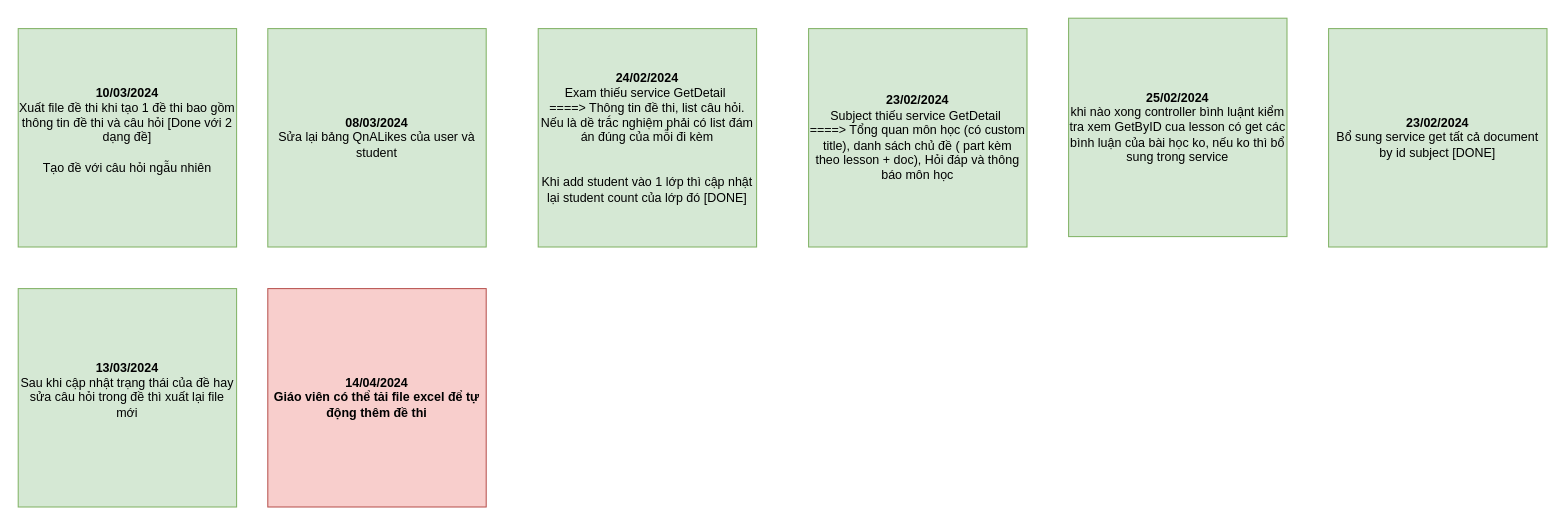
LamSamChan/LMS_ELibrary_BE_Intern_Alta keeps this draw.io diagram as page "Note" (3 of 3) of Internship_BACKEND_2024_02_02.01.2024_LamSamChan_LMS - Elibrary_Diagram.drawio. Above is the earlier version. Source tidied: cells renumbered, new cells numbered last; positions are measured from the earlier drawing's top-left corner, leaving out a move shared by most shapes. Both pictures are drawn from the tidied source at 104%, with x=0, y=0 at pixel (18, 18).
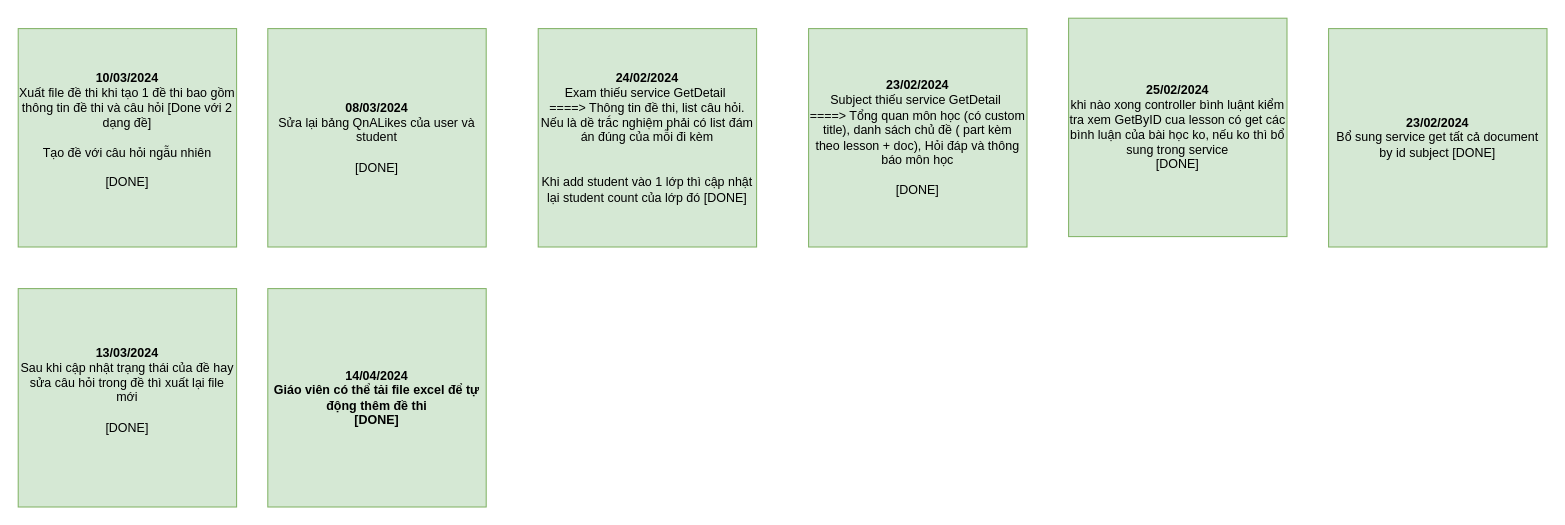
After the change.

The edit, as a diff of the source:
```diff
@@
 <mxGraphModel>
   <root>
     <mxCell id="0" />
     <mxCell id="1" parent="0" />
     <mxCell id="2" value="&lt;b&gt;23/02/2024&lt;br&gt;&lt;/b&gt;Bổ sung service get tất cả document by id subject [DONE]" style="whiteSpace=wrap;html=1;fillColor=#d5e8d4;strokeColor=#82b366;" parent="1" vertex="1">
       <mxGeometry x="1260" y="10" width="210" height="210" as="geometry" />
     </mxCell>
-    <mxCell id="3" value="&lt;b&gt;23/02/2024&lt;br&gt;&lt;/b&gt;Subject thiếu service GetDetail&amp;nbsp;&lt;br&gt;====&amp;gt; Tổng quan môn học (có custom title), danh sách chủ đề ( part kèm theo lesson + doc), Hỏi đáp và thông báo môn học" style="whiteSpace=wrap;html=1;fillColor=#d5e8d4;strokeColor=#82b366;" parent="1" vertex="1">
+    <mxCell id="3" value="&lt;b&gt;23/02/2024&lt;br&gt;&lt;/b&gt;Subject thiếu service GetDetail&amp;nbsp;&lt;br&gt;====&amp;gt; Tổng quan môn học (có custom title), danh sách chủ đề ( part kèm theo lesson + doc), Hỏi đáp và thông báo môn học&lt;br&gt;&lt;br&gt;[DONE]" style="whiteSpace=wrap;html=1;fillColor=#d5e8d4;strokeColor=#82b366;" parent="1" vertex="1">
       <mxGeometry x="760" y="10" width="210" height="210" as="geometry" />
     </mxCell>
     <mxCell id="4" value="&lt;b&gt;24/02/2024&lt;br&gt;&lt;/b&gt;Exam thiếu service GetDetail&amp;nbsp;&lt;br&gt;====&amp;gt; Thông tin đề thi, list câu hỏi. Nếu là dề trắc nghiệm phải có list đám án đúng của mỗi đi kèm&lt;br&gt;&lt;br&gt;&lt;br&gt;Khi add student vào 1 lớp thì cập nhật lại student count của lớp đó [DONE]" style="whiteSpace=wrap;html=1;fillColor=#d5e8d4;strokeColor=#82b366;" parent="1" vertex="1">
       <mxGeometry x="500" y="10" width="210" height="210" as="geometry" />
     </mxCell>
-    <mxCell id="5" value="&lt;b&gt;25/02/2024&lt;br&gt;&lt;/b&gt;khi nào xong controller bình luậnt kiểm tra xem GetByID cua lesson có get các bình luận của bài học ko, nếu ko thì bổ sung trong service" style="whiteSpace=wrap;html=1;fillColor=#d5e8d4;strokeColor=#82b366;" parent="1" vertex="1">
+    <mxCell id="5" value="&lt;b&gt;25/02/2024&lt;br&gt;&lt;/b&gt;khi nào xong controller bình luậnt kiểm tra xem GetByID cua lesson có get các bình luận của bài học ko, nếu ko thì bổ sung trong service&lt;br&gt;[DONE]" style="whiteSpace=wrap;html=1;fillColor=#d5e8d4;strokeColor=#82b366;" parent="1" vertex="1">
       <mxGeometry x="1010" width="210" height="210" as="geometry" />
     </mxCell>
-    <mxCell id="6" value="&lt;b&gt;08/03/2024&lt;br&gt;&lt;/b&gt;Sửa lại bảng&amp;nbsp;QnALikes của user và student" style="whiteSpace=wrap;html=1;fillColor=#d5e8d4;strokeColor=#82b366;" parent="1" vertex="1">
+    <mxCell id="6" value="&lt;b&gt;08/03/2024&lt;br&gt;&lt;/b&gt;Sửa lại bảng&amp;nbsp;QnALikes của user và student&lt;br&gt;&lt;br&gt;[DONE]" style="whiteSpace=wrap;html=1;fillColor=#d5e8d4;strokeColor=#82b366;" parent="1" vertex="1">
       <mxGeometry x="240" y="10" width="210" height="210" as="geometry" />
     </mxCell>
-    <mxCell id="7" value="&lt;b&gt;10/03/2024&lt;br&gt;&lt;/b&gt;Xuất file đề thi khi tạo 1 đề thi bao gồm thông tin đề thi và câu hỏi [Done với 2 dạng đề]&lt;br&gt;&lt;br&gt;Tạo đề với câu hỏi ngẫu nhiên&lt;div&gt;&lt;br&gt;&lt;/div&gt;" style="whiteSpace=wrap;html=1;fillColor=#d5e8d4;strokeColor=#82b366;" parent="1" vertex="1">
+    <mxCell id="7" value="&lt;b&gt;10/03/2024&lt;br&gt;&lt;/b&gt;Xuất file đề thi khi tạo 1 đề thi bao gồm thông tin đề thi và câu hỏi [Done với 2 dạng đề]&lt;br&gt;&lt;br&gt;Tạo đề với câu hỏi ngẫu nhiên&lt;br&gt;&lt;br&gt;[DONE]&lt;br&gt;&lt;div&gt;&lt;br&gt;&lt;/div&gt;" style="whiteSpace=wrap;html=1;fillColor=#d5e8d4;strokeColor=#82b366;" parent="1" vertex="1">
       <mxGeometry y="10" width="210" height="210" as="geometry" />
     </mxCell>
-    <mxCell id="8" value="&lt;b&gt;13/03/2024&lt;br&gt;&lt;/b&gt;Sau khi cập nhật trạng thái của đề hay sửa câu hỏi trong đề thì xuất lại file mới&lt;div&gt;&lt;br/&gt;&lt;/div&gt;" style="whiteSpace=wrap;html=1;fillColor=#d5e8d4;strokeColor=#82b366;" parent="1" vertex="1">
+    <mxCell id="8" value="&lt;b&gt;13/03/2024&lt;br&gt;&lt;/b&gt;Sau khi cập nhật trạng thái của đề hay sửa câu hỏi trong đề thì xuất lại file mới&lt;br&gt;&lt;br&gt;[DONE]&lt;br&gt;&lt;div&gt;&lt;br&gt;&lt;/div&gt;" style="whiteSpace=wrap;html=1;fillColor=#d5e8d4;strokeColor=#82b366;" parent="1" vertex="1">
       <mxGeometry y="260" width="210" height="210" as="geometry" />
     </mxCell>
-    <mxCell id="9" value="&lt;b&gt;14/04/2024&lt;br&gt;Giáo viên có thể tải file excel để tự động thêm đề thi&lt;br&gt;&lt;/b&gt;" style="whiteSpace=wrap;html=1;fillColor=#f8cecc;strokeColor=#b85450;" parent="1" vertex="1">
+    <mxCell id="9" value="&lt;b&gt;14/04/2024&lt;br&gt;Giáo viên có thể tải file excel để tự động thêm đề thi&lt;br&gt;[DONE]&lt;br&gt;&lt;/b&gt;" style="whiteSpace=wrap;html=1;fillColor=#d5e8d4;strokeColor=#82b366;" parent="1" vertex="1">
       <mxGeometry x="240" y="260" width="210" height="210" as="geometry" />
     </mxCell>
   </root>
 </mxGraphModel>
```
